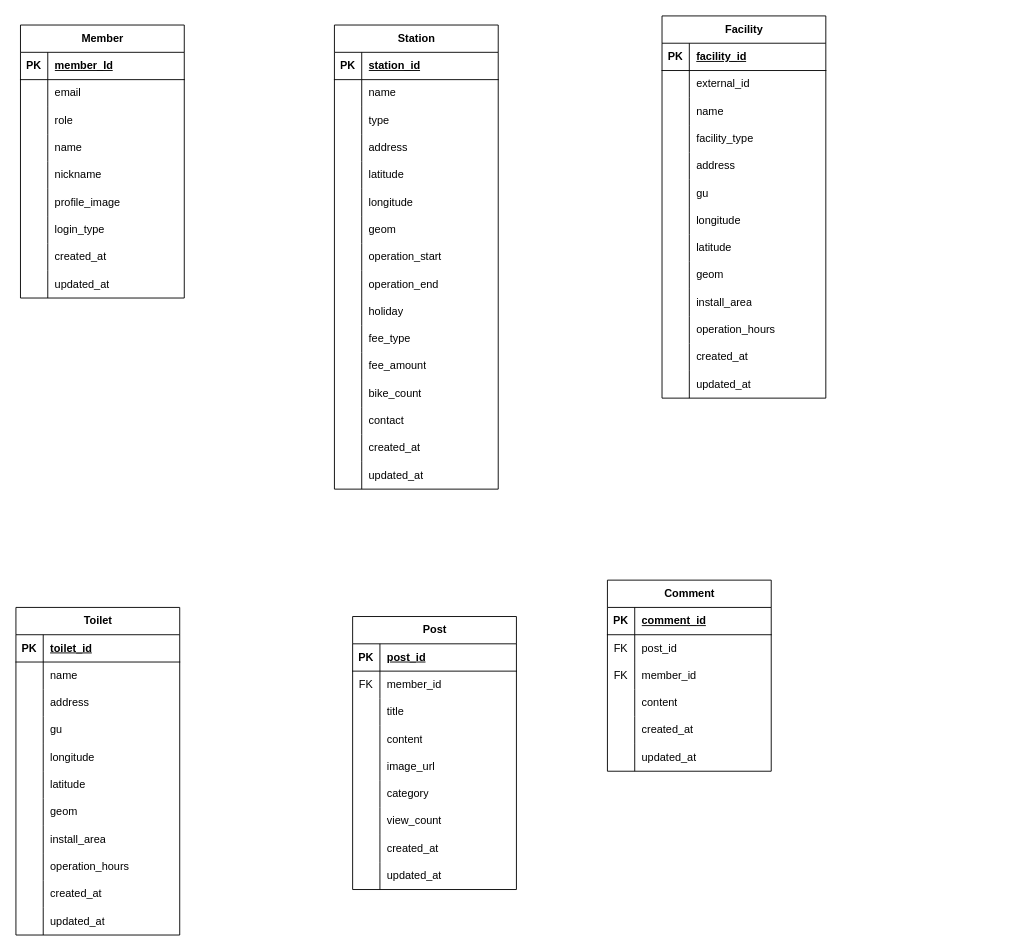
2025-All4Land-RideOn/ERD keeps this draw.io diagram as SessakBoriERD.drawio. Above is the earlier version. Source tidied: cells renumbered, new cells numbered last; positions are measured from the earlier drawing's top-left corner, leaving out a move shared by most shapes. Both pictures are drawn from the tidied source at 91%, with x=0, y=0 at pixel (15, 15).
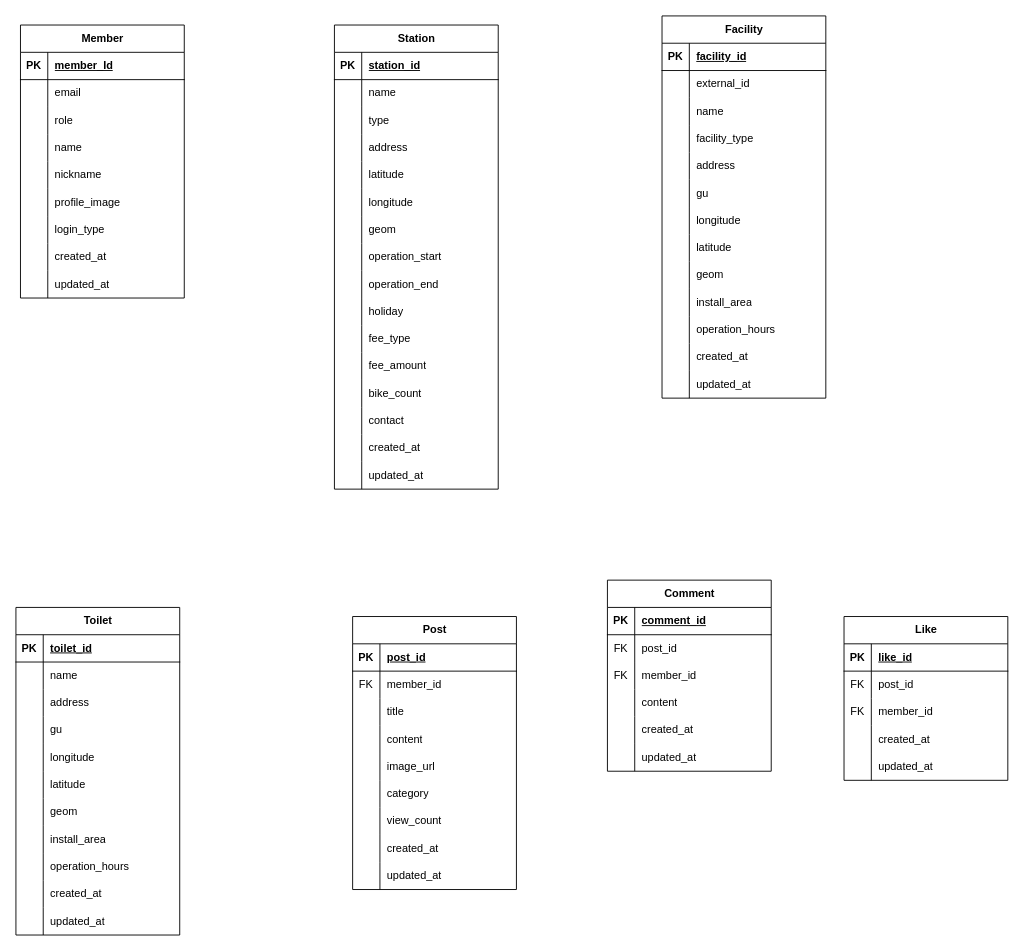
Above is the later version.

Commit message:
docs: 좋아요(Like) 테이블 설계

Change to the diagram source:
```diff
@@
+    <mxCell id="200" value="Like" style="shape=table;startSize=30;childLayout=tableLayout;rowLines=0;fontStyle=1;align=center;html=1;" parent="1" vertex="1">
+      <mxGeometry x="910" y="660" width="180" height="180" as="geometry" />
+    </mxCell>
+    <mxCell id="201" style="shape=tableRow;horizontal=0;startSize=0;swimlaneHead=0;swimlaneBody=0;fillColor=none;top=0;left=0;right=0;bottom=1;" parent="200" vertex="1">
+      <mxGeometry y="30" width="180" height="30" as="geometry" />
+    </mxCell>
+    <mxCell id="202" value="PK" style="shape=partialRectangle;fillColor=none;top=0;left=0;bottom=0;right=0;fontStyle=1;overflow=hidden;whiteSpace=wrap;html=1;" parent="201" vertex="1">
+      <mxGeometry width="30" height="30" as="geometry" />
+    </mxCell>
+    <mxCell id="203" value="like_id" style="shape=partialRectangle;fillColor=none;top=0;left=0;bottom=0;right=0;align=left;spacingLeft=6;fontStyle=5;overflow=hidden;whiteSpace=wrap;html=1;" parent="201" vertex="1">
+      <mxGeometry x="30" width="150" height="30" as="geometry" />
+    </mxCell>
+    <mxCell id="204" style="shape=tableRow;horizontal=0;startSize=0;swimlaneHead=0;swimlaneBody=0;fillColor=none;top=0;left=0;right=0;bottom=0;" parent="200" vertex="1">
+      <mxGeometry y="60" width="180" height="30" as="geometry" />
+    </mxCell>
+    <mxCell id="205" value="FK" style="shape=partialRectangle;fillColor=none;top=0;left=0;bottom=0;right=0;overflow=hidden;whiteSpace=wrap;html=1;" parent="204" vertex="1">
+      <mxGeometry width="30" height="30" as="geometry" />
+    </mxCell>
+    <mxCell id="206" value="post_id" style="shape=partialRectangle;fillColor=none;top=0;left=0;bottom=0;right=0;align=left;spacingLeft=6;overflow=hidden;whiteSpace=wrap;html=1;" parent="204" vertex="1">
+      <mxGeometry x="30" width="150" height="30" as="geometry" />
+    </mxCell>
+    <mxCell id="207" style="shape=tableRow;horizontal=0;startSize=0;swimlaneHead=0;swimlaneBody=0;fillColor=none;top=0;left=0;right=0;bottom=0;" parent="200" vertex="1">
+      <mxGeometry y="90" width="180" height="30" as="geometry" />
+    </mxCell>
+    <mxCell id="208" value="FK" style="shape=partialRectangle;fillColor=none;top=0;left=0;bottom=0;right=0;overflow=hidden;whiteSpace=wrap;html=1;" parent="207" vertex="1">
+      <mxGeometry width="30" height="30" as="geometry" />
+    </mxCell>
+    <mxCell id="209" value="member_id" style="shape=partialRectangle;fillColor=none;top=0;left=0;bottom=0;right=0;align=left;spacingLeft=6;overflow=hidden;whiteSpace=wrap;html=1;" parent="207" vertex="1">
+      <mxGeometry x="30" width="150" height="30" as="geometry" />
+    </mxCell>
+    <mxCell id="210" style="shape=tableRow;horizontal=0;startSize=0;swimlaneHead=0;swimlaneBody=0;fillColor=none;top=0;left=0;right=0;bottom=0;" parent="200" vertex="1">
+      <mxGeometry y="120" width="180" height="30" as="geometry" />
+    </mxCell>
+    <mxCell id="211" style="shape=partialRectangle;fillColor=none;top=0;left=0;bottom=0;right=0;overflow=hidden;whiteSpace=wrap;html=1;" parent="210" vertex="1">
+      <mxGeometry width="30" height="30" as="geometry" />
+    </mxCell>
+    <mxCell id="212" value="created_at" style="shape=partialRectangle;fillColor=none;top=0;left=0;bottom=0;right=0;align=left;spacingLeft=6;overflow=hidden;whiteSpace=wrap;html=1;" parent="210" vertex="1">
+      <mxGeometry x="30" width="150" height="30" as="geometry" />
+    </mxCell>
+    <mxCell id="213" style="shape=tableRow;horizontal=0;startSize=0;swimlaneHead=0;swimlaneBody=0;fillColor=none;top=0;left=0;right=0;bottom=0;" parent="200" vertex="1">
+      <mxGeometry y="150" width="180" height="30" as="geometry" />
+    </mxCell>
+    <mxCell id="214" style="shape=partialRectangle;fillColor=none;top=0;left=0;bottom=0;right=0;overflow=hidden;whiteSpace=wrap;html=1;" parent="213" vertex="1">
+      <mxGeometry width="30" height="30" as="geometry" />
+    </mxCell>
+    <mxCell id="215" value="updated_at" style="shape=partialRectangle;fillColor=none;top=0;left=0;bottom=0;right=0;align=left;spacingLeft=6;overflow=hidden;whiteSpace=wrap;html=1;" parent="213" vertex="1">
+      <mxGeometry x="30" width="150" height="30" as="geometry" />
+    </mxCell>
```
